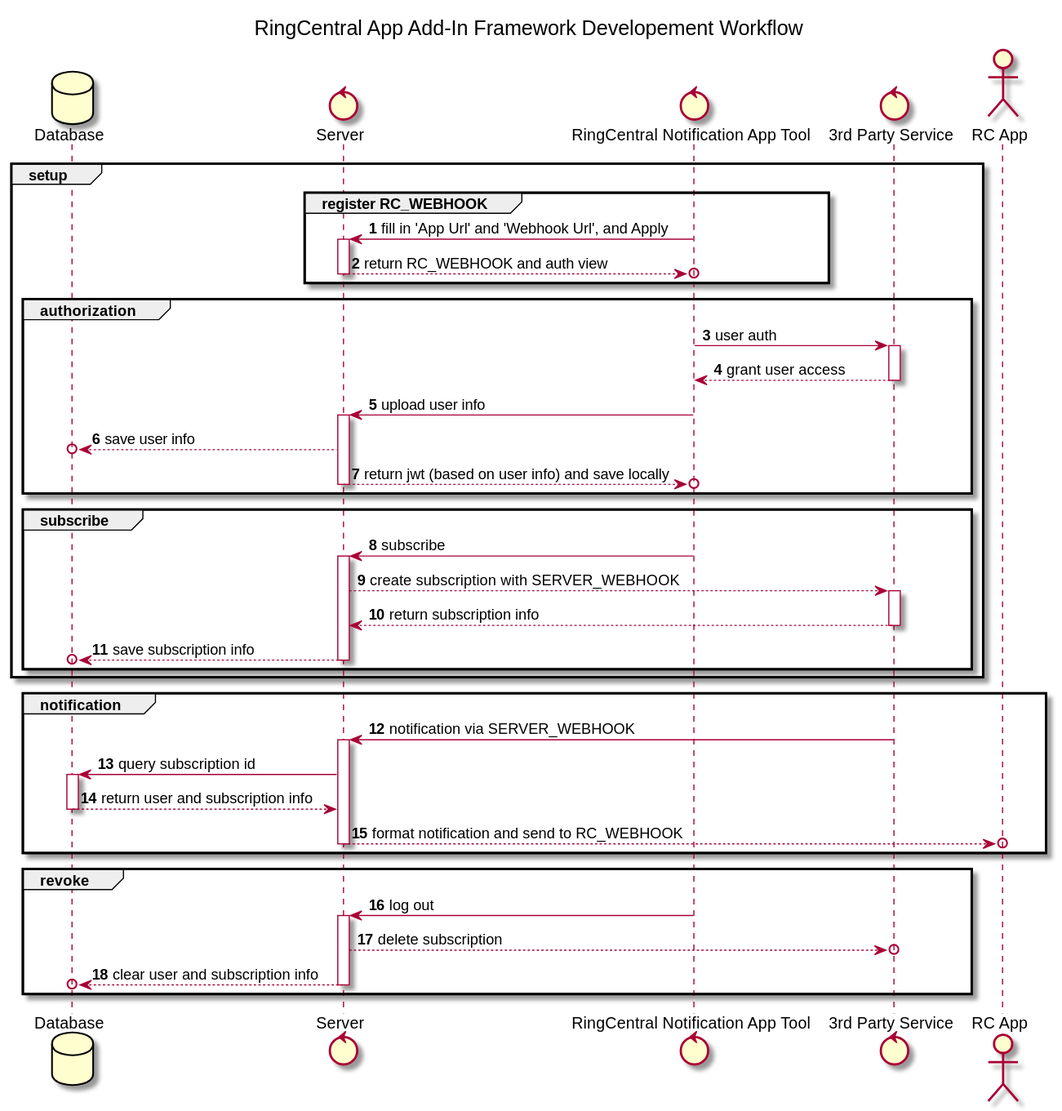
Before: diagram/flow.svg, a diagram exported from PlantUML (ringcentral/ringcentral-add-in-framework-js).
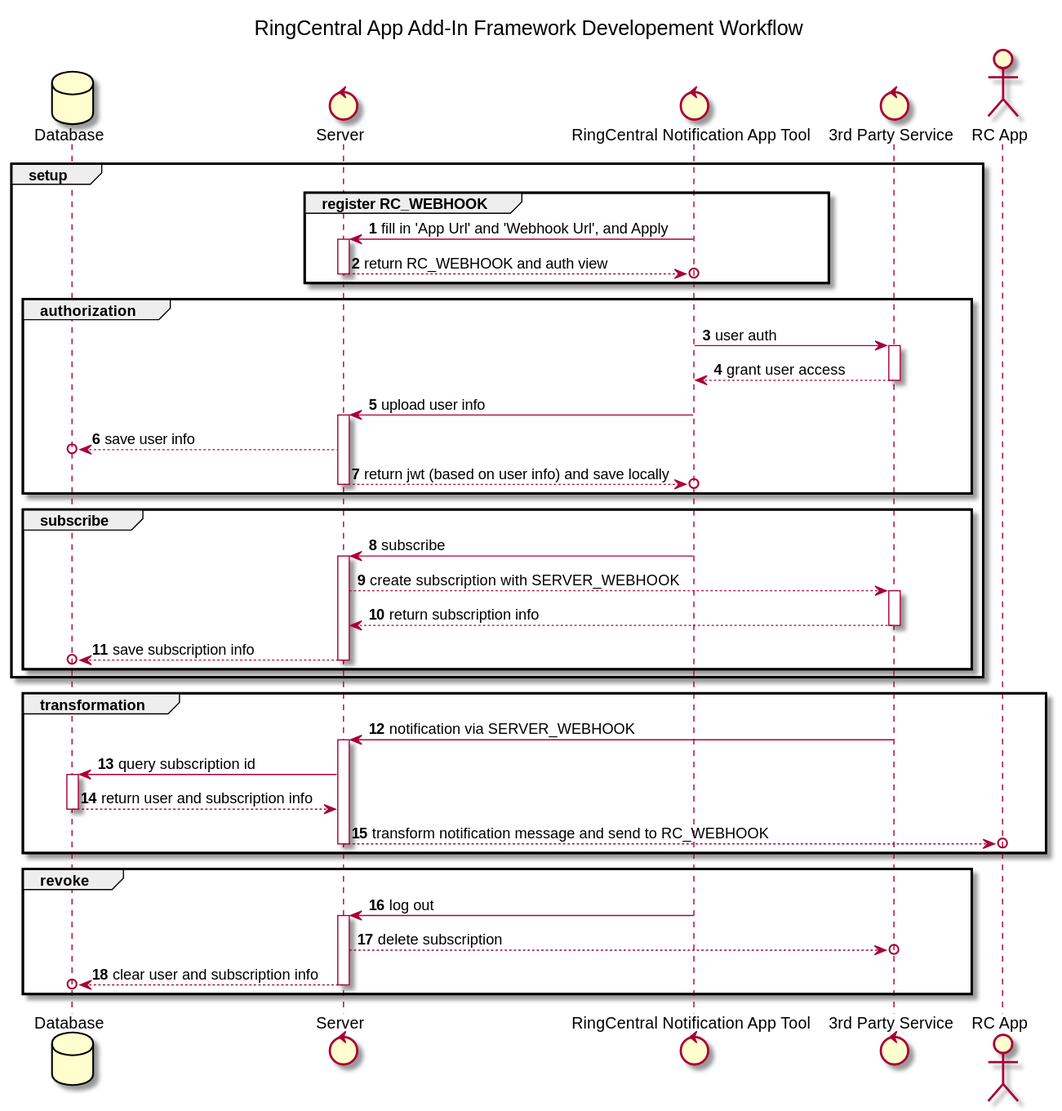
The same diagram one commit later.

Commit message:
updated workflow diagram with transformation keyword

Diff of the diagram source:
```diff
@@ -43,14 +43,14 @@
     end
 end
 
-group notification
+group transformation
     T -> SERVER: notification via SERVER_WEBHOOK
     activate SERVER
     SERVER -> DB: query subscription id
     activate DB
     DB --> SERVER: return user and subscription info
     deactivate DB
-    SERVER -->o RC: format notification and send to RC_WEBHOOK
+    SERVER -->o RC: transform notification message and send to RC_WEBHOOK
     deactivate SERVER
 end
 
```
